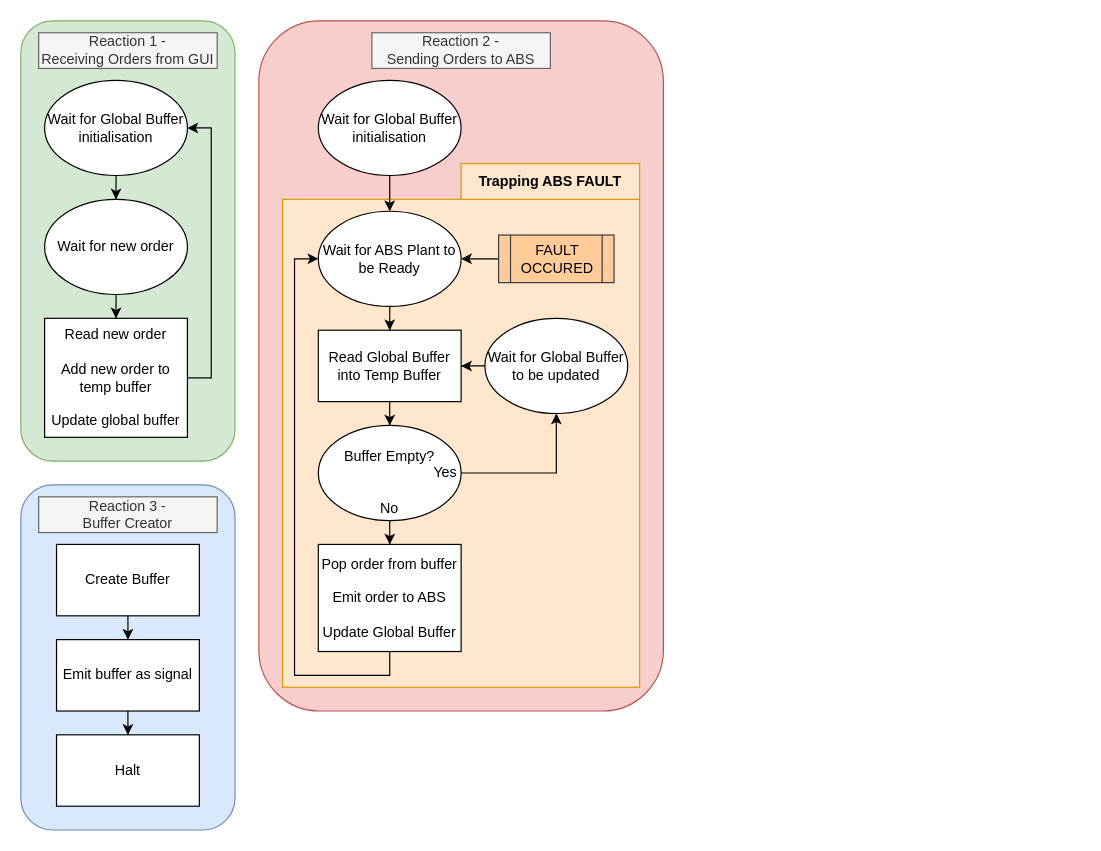
Before: page "State Machine Diagram" (1 of 2) of Beck_IRP/Diagrams/POS Diagram.drawio in BeckBusch/CS704-Project-1, a draw.io diagram. Source tidied: cells renumbered, new cells numbered last; positions are measured from the earlier drawing's top-left corner, leaving out a move shared by most shapes. Both pictures are drawn from the tidied source at 119%, with x=0, y=0 at pixel (20, 20).
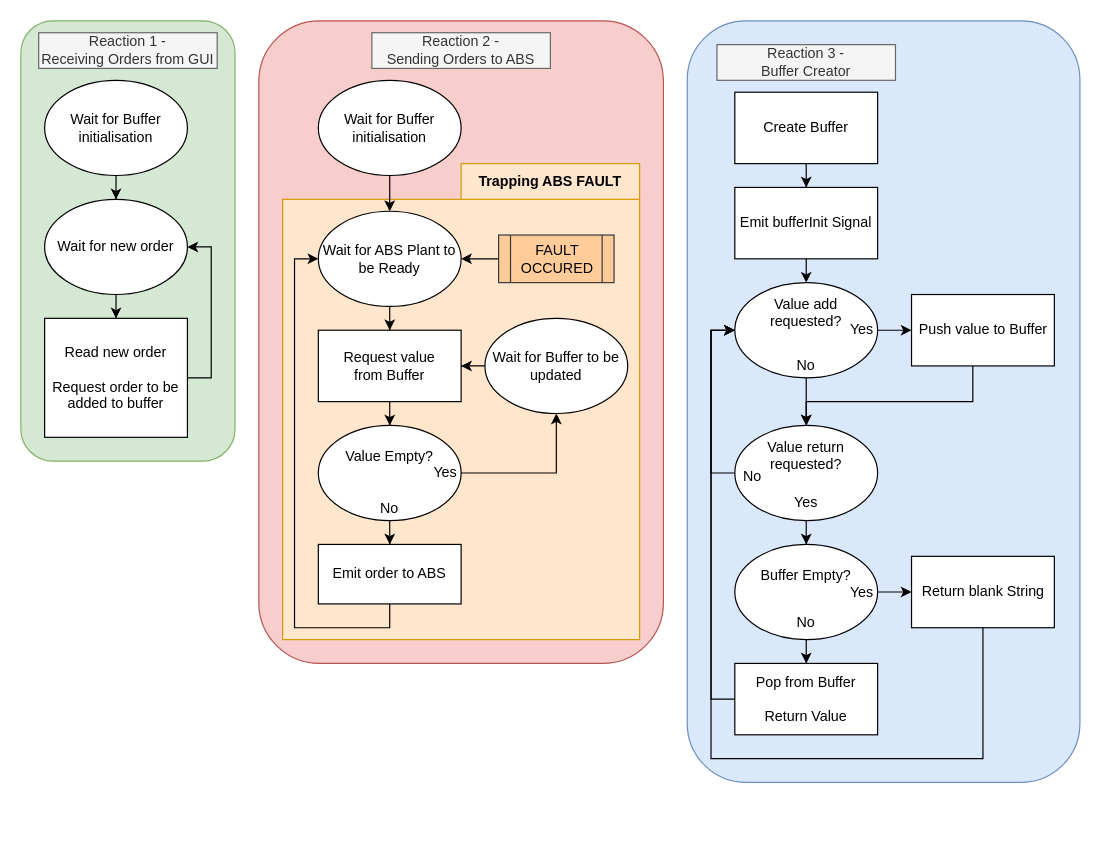
Above is the later version.

Unchanged cells that the change refers to:
```xml
<mxCell id="2" style="group;" parent="1" vertex="1">
  <mxGeometry x="200" width="340" height="660" as="geometry" />
</mxCell>
<mxCell id="7" value="Wait for ABS Plant to be Ready" style="ellipse;whiteSpace=wrap;html=1;" parent="2" vertex="1">
  <mxGeometry x="50" y="160" width="120" height="80" as="geometry" />
</mxCell>
<mxCell id="32" style="group;" parent="1" vertex="1">
  <mxGeometry width="180" height="370" as="geometry" />
</mxCell>
<mxCell id="35" value="Wait for new order" style="ellipse;whiteSpace=wrap;html=1;" parent="32" vertex="1">
  <mxGeometry x="20" y="150" width="120" height="80" as="geometry" />
</mxCell>
```

Change to the diagram source:
```diff
@@
     <mxCell id="3" style="rounded=1;whiteSpace=wrap;html=1;fillColor=#f8cecc;strokeColor=#b85450;" parent="2" vertex="1">
-      <mxGeometry width="340" height="580" as="geometry" />
+      <mxGeometry width="340" height="540" as="geometry" />
     </mxCell>
@@
     <mxCell id="5" style="rounded=0;whiteSpace=wrap;html=1;fillColor=#ffe6cc;strokeColor=#d79b00;" parent="2" vertex="1">
-      <mxGeometry x="20" y="150" width="300" height="410" as="geometry" />
+      <mxGeometry x="20" y="150" width="300" height="370" as="geometry" />
     </mxCell>
-    <mxCell id="6" value="Wait for Global Buffer initialisation" style="ellipse;whiteSpace=wrap;html=1;" parent="2" vertex="1">
+    <mxCell id="6" value="Wait for Buffer initialisation" style="ellipse;whiteSpace=wrap;html=1;" parent="2" vertex="1">
       <mxGeometry x="50" y="50" width="120" height="80" as="geometry" />
     </mxCell>
@@
-    <mxCell id="9" value="Read Global Buffer into Temp Buffer" style="rounded=0;whiteSpace=wrap;html=1;" parent="2" vertex="1">
+    <mxCell id="9" value="Request value&lt;br&gt;from Buffer" style="rounded=0;whiteSpace=wrap;html=1;" parent="2" vertex="1">
       <mxGeometry x="50" y="260" width="120" height="60" as="geometry" />
     </mxCell>
@@
-    <mxCell id="11" value="Buffer Empty?&lt;br&gt;&lt;br&gt;&amp;nbsp;" style="ellipse;whiteSpace=wrap;html=1;" parent="2" vertex="1">
+    <mxCell id="11" value="Value Empty?&lt;br&gt;&lt;br&gt;&amp;nbsp;" style="ellipse;whiteSpace=wrap;html=1;" parent="2" vertex="1">
       <mxGeometry x="50" y="340" width="120" height="80" as="geometry" />
     </mxCell>
@@
-    <mxCell id="15" value="Wait for Global Buffer to be updated" style="ellipse;whiteSpace=wrap;html=1;" parent="2" vertex="1">
+    <mxCell id="15" value="Wait for Buffer to be updated" style="ellipse;whiteSpace=wrap;html=1;" parent="2" vertex="1">
       <mxGeometry x="190" y="250" width="120" height="80" as="geometry" />
     </mxCell>
@@
-    <mxCell id="17" value="Pop order from buffer&lt;br&gt;&lt;br&gt;Emit order to ABS&lt;br&gt;&lt;br&gt;Update Global Buffer" style="rounded=0;whiteSpace=wrap;html=1;" parent="2" vertex="1">
-      <mxGeometry x="50" y="440" width="120" height="90" as="geometry" />
+    <mxCell id="17" value="Emit order to ABS" style="rounded=0;whiteSpace=wrap;html=1;" parent="2" vertex="1">
+      <mxGeometry x="50" y="440" width="120" height="50" as="geometry" />
     </mxCell>
@@
     <mxCell id="20" style="edgeStyle=orthogonalEdgeStyle;rounded=0;jettySize=auto;html=1;entryX=0;entryY=0.5;entryDx=0;entryDy=0;" parent="2" edge="1" source="17" target="7">
       <mxGeometry relative="1" as="geometry">
         <Array as="points">
-          <mxPoint x="110" y="550" />
-          <mxPoint x="30" y="550" />
+          <mxPoint x="110" y="510" />
+          <mxPoint x="30" y="510" />
           <mxPoint x="30" y="200" />
         </Array>
       </mxGeometry>
     </mxCell>
@@
-    <mxCell id="24" style="group;" parent="1" vertex="1">
-      <mxGeometry y="390" width="180" height="290" as="geometry" />
-    </mxCell>
-    <mxCell id="25" style="rounded=1;whiteSpace=wrap;html=1;fillColor=#dae8fc;strokeColor=#6c8ebf;" parent="24" vertex="1">
-      <mxGeometry width="180" height="290" as="geometry" />
-    </mxCell>
-    <mxCell id="26" value="Create Buffer" style="rounded=0;whiteSpace=wrap;html=1;" parent="24" vertex="1">
-      <mxGeometry x="30" y="50" width="120" height="60" as="geometry" />
-    </mxCell>
-    <mxCell id="27" value="Emit buffer as signal" style="rounded=0;whiteSpace=wrap;html=1;" parent="24" vertex="1">
-      <mxGeometry x="30" y="130" width="120" height="60" as="geometry" />
-    </mxCell>
-    <mxCell id="28" style="edgeStyle=orthogonalEdgeStyle;rounded=0;jettySize=auto;html=1;" parent="24" edge="1" source="26" target="27">
-      <mxGeometry relative="1" as="geometry" />
-    </mxCell>
-    <mxCell id="29" value="Halt" style="rounded=0;whiteSpace=wrap;html=1;" parent="24" vertex="1">
-      <mxGeometry x="30" y="210" width="120" height="60" as="geometry" />
-    </mxCell>
-    <mxCell id="30" style="edgeStyle=orthogonalEdgeStyle;rounded=0;jettySize=auto;html=1;" parent="24" edge="1" source="27" target="29">
-      <mxGeometry relative="1" as="geometry" />
-    </mxCell>
-    <mxCell id="31" value="Reaction 3 -&lt;br&gt;Buffer Creator" style="text;html=1;strokeColor=#666666;fillColor=#f5f5f5;align=center;verticalAlign=middle;whiteSpace=wrap;rounded=0;fontColor=#333333;" parent="24" vertex="1">
-      <mxGeometry x="15" y="10" width="150" height="30" as="geometry" />
-    </mxCell>
@@
-    <mxCell id="34" value="Wait for Global Buffer initialisation" style="ellipse;whiteSpace=wrap;html=1;" parent="32" vertex="1">
+    <mxCell id="34" value="Wait for Buffer initialisation" style="ellipse;whiteSpace=wrap;html=1;" parent="32" vertex="1">
       <mxGeometry x="20" y="50" width="120" height="80" as="geometry" />
     </mxCell>
@@
-    <mxCell id="37" style="edgeStyle=orthogonalEdgeStyle;rounded=0;jettySize=auto;html=1;entryX=1;entryY=0.5;entryDx=0;entryDy=0;" parent="32" edge="1" source="38" target="34">
+    <mxCell id="37" style="edgeStyle=orthogonalEdgeStyle;rounded=0;jettySize=auto;html=1;" parent="32" edge="1" source="38" target="35">
       <mxGeometry relative="1" as="geometry">
         <Array as="points">
           <mxPoint x="160" y="300" />
-          <mxPoint x="160" y="90" />
+          <mxPoint x="160" y="190" />
         </Array>
       </mxGeometry>
     </mxCell>
-    <mxCell id="38" value="Read new order&lt;br&gt;&lt;br&gt;Add new order to temp buffer&lt;br&gt;&lt;br&gt;Update global buffer" style="rounded=0;whiteSpace=wrap;html=1;" parent="32" vertex="1">
+    <mxCell id="38" value="Read new order&lt;br&gt;&lt;br&gt;Request order to be added to buffer&lt;br&gt;" style="rounded=0;whiteSpace=wrap;html=1;" parent="32" vertex="1">
       <mxGeometry x="20" y="250" width="120" height="100" as="geometry" />
     </mxCell>
@@
+    <mxCell id="41" style="group;" parent="1" vertex="1">
+      <mxGeometry x="560" width="330" height="640" as="geometry" />
+    </mxCell>
+    <mxCell id="25" style="rounded=1;whiteSpace=wrap;html=1;fillColor=#dae8fc;strokeColor=#6c8ebf;" parent="41" vertex="1">
+      <mxGeometry width="330" height="640" as="geometry" />
+    </mxCell>
+    <mxCell id="26" value="Create Buffer" style="rounded=0;whiteSpace=wrap;html=1;" parent="41" vertex="1">
+      <mxGeometry x="40" y="60" width="120" height="60" as="geometry" />
+    </mxCell>
+    <mxCell id="27" value="Emit bufferInit Signal" style="rounded=0;whiteSpace=wrap;html=1;" parent="41" vertex="1">
+      <mxGeometry x="40" y="140" width="120" height="60" as="geometry" />
+    </mxCell>
+    <mxCell id="28" style="edgeStyle=orthogonalEdgeStyle;rounded=0;jettySize=auto;html=1;" parent="41" edge="1" source="26" target="27">
+      <mxGeometry relative="1" as="geometry" />
+    </mxCell>
+    <mxCell id="30" style="edgeStyle=orthogonalEdgeStyle;rounded=0;jettySize=auto;html=1;" parent="41" edge="1" source="27">
+      <mxGeometry relative="1" as="geometry">
+        <mxPoint x="100" y="220" as="targetPoint" />
+      </mxGeometry>
+    </mxCell>
+    <mxCell id="31" value="Reaction 3 -&lt;br&gt;Buffer Creator" style="text;html=1;strokeColor=#666666;fillColor=#f5f5f5;align=center;verticalAlign=middle;whiteSpace=wrap;rounded=0;fontColor=#333333;" parent="41" vertex="1">
+      <mxGeometry x="25" y="20" width="150" height="30" as="geometry" />
+    </mxCell>
+    <mxCell id="42" style="group;" parent="41" vertex="1">
+      <mxGeometry x="40" y="340" width="137" height="85" as="geometry" />
+    </mxCell>
+    <mxCell id="43" value="Value return requested?&lt;br&gt;&lt;br&gt;&amp;nbsp;" style="ellipse;whiteSpace=wrap;html=1;" parent="42" vertex="1">
+      <mxGeometry width="120" height="80" as="geometry" />
+    </mxCell>
+    <mxCell id="44" value="Yes" style="text;html=1;strokeColor=none;fillColor=none;align=center;verticalAlign=middle;whiteSpace=wrap;rounded=0;" parent="42" vertex="1">
+      <mxGeometry x="30" y="50" width="60" height="30" as="geometry" />
+    </mxCell>
+    <mxCell id="45" style="group;" parent="41" vertex="1">
+      <mxGeometry x="40" y="220" width="137" height="85" as="geometry" />
+    </mxCell>
+    <mxCell id="46" value="Value add &lt;br&gt;requested?&lt;br&gt;&lt;br&gt;&amp;nbsp;" style="ellipse;whiteSpace=wrap;html=1;" parent="45" vertex="1">
+      <mxGeometry width="120" height="80" as="geometry" />
+    </mxCell>
+    <mxCell id="47" value="Yes" style="text;html=1;strokeColor=none;fillColor=none;align=center;verticalAlign=middle;whiteSpace=wrap;rounded=0;" parent="45" vertex="1">
+      <mxGeometry x="77" y="25" width="60" height="30" as="geometry" />
+    </mxCell>
+    <mxCell id="48" value="No" style="text;html=1;strokeColor=none;fillColor=none;align=center;verticalAlign=middle;whiteSpace=wrap;rounded=0;" parent="45" vertex="1">
+      <mxGeometry x="30" y="55" width="60" height="30" as="geometry" />
+    </mxCell>
+    <mxCell id="49" style="edgeStyle=orthogonalEdgeStyle;rounded=0;jettySize=auto;html=1;" parent="41" edge="1" source="50" target="43">
+      <mxGeometry relative="1" as="geometry">
+        <Array as="points">
+          <mxPoint x="240" y="320" />
+          <mxPoint x="100" y="320" />
+        </Array>
+      </mxGeometry>
+    </mxCell>
+    <mxCell id="50" value="Push value to Buffer" style="rounded=0;whiteSpace=wrap;html=1;" parent="41" vertex="1">
+      <mxGeometry x="188.5" y="230" width="120" height="60" as="geometry" />
+    </mxCell>
+    <mxCell id="51" style="edgeStyle=orthogonalEdgeStyle;rounded=0;jettySize=auto;html=1;" parent="41" edge="1" source="46" target="50">
+      <mxGeometry relative="1" as="geometry" />
+    </mxCell>
+    <mxCell id="52" style="group;" parent="41" vertex="1">
+      <mxGeometry x="40" y="440" width="137" height="85" as="geometry" />
+    </mxCell>
+    <mxCell id="53" value="Buffer Empty?&lt;br&gt;&lt;br&gt;&amp;nbsp;" style="ellipse;whiteSpace=wrap;html=1;" parent="52" vertex="1">
+      <mxGeometry width="120" height="80" as="geometry" />
+    </mxCell>
+    <mxCell id="54" value="No" style="text;html=1;strokeColor=none;fillColor=none;align=center;verticalAlign=middle;whiteSpace=wrap;rounded=0;" parent="52" vertex="1">
+      <mxGeometry x="-15" y="-72" width="60" height="30" as="geometry" />
+    </mxCell>
+    <mxCell id="55" value="Yes" style="text;html=1;strokeColor=none;fillColor=none;align=center;verticalAlign=middle;whiteSpace=wrap;rounded=0;" parent="52" vertex="1">
+      <mxGeometry x="77" y="25.5" width="60" height="30" as="geometry" />
+    </mxCell>
+    <mxCell id="56" value="No" style="text;html=1;strokeColor=none;fillColor=none;align=center;verticalAlign=middle;whiteSpace=wrap;rounded=0;" parent="52" vertex="1">
+      <mxGeometry x="30" y="50.5" width="60" height="30" as="geometry" />
+    </mxCell>
+    <mxCell id="57" style="edgeStyle=orthogonalEdgeStyle;rounded=0;jettySize=auto;html=1;" parent="41" edge="1" source="44" target="53">
+      <mxGeometry relative="1" as="geometry" />
+    </mxCell>
+    <mxCell id="58" style="edgeStyle=orthogonalEdgeStyle;rounded=0;jettySize=auto;html=1;" parent="41" edge="1" source="46" target="43">
+      <mxGeometry relative="1" as="geometry" />
+    </mxCell>
+    <mxCell id="59" style="edgeStyle=orthogonalEdgeStyle;rounded=0;jettySize=auto;html=1;entryX=0;entryY=0.5;entryDx=0;entryDy=0;" parent="41" edge="1" source="43" target="46">
+      <mxGeometry relative="1" as="geometry">
+        <Array as="points">
+          <mxPoint x="20" y="380" />
+          <mxPoint x="20" y="260" />
+        </Array>
+      </mxGeometry>
+    </mxCell>
+    <mxCell id="60" style="edgeStyle=orthogonalEdgeStyle;rounded=0;jettySize=auto;html=1;exitX=0.5;exitY=1;exitDx=0;exitDy=0;entryX=0;entryY=0.5;entryDx=0;entryDy=0;" parent="41" edge="1" source="61" target="46">
+      <mxGeometry relative="1" as="geometry">
+        <Array as="points">
+          <mxPoint x="249" y="620" />
+          <mxPoint x="20" y="620" />
+          <mxPoint x="20" y="260" />
+        </Array>
+      </mxGeometry>
+    </mxCell>
+    <mxCell id="61" value="Return blank String" style="rounded=0;whiteSpace=wrap;html=1;" parent="41" vertex="1">
+      <mxGeometry x="188.5" y="450" width="120" height="60" as="geometry" />
+    </mxCell>
+    <mxCell id="62" style="edgeStyle=orthogonalEdgeStyle;rounded=0;jettySize=auto;html=1;" parent="41" edge="1" source="53" target="61">
+      <mxGeometry relative="1" as="geometry" />
+    </mxCell>
+    <mxCell id="63" style="edgeStyle=orthogonalEdgeStyle;rounded=0;jettySize=auto;html=1;entryX=0;entryY=0.5;entryDx=0;entryDy=0;" parent="41" edge="1" source="64" target="46">
+      <mxGeometry relative="1" as="geometry">
+        <Array as="points">
+          <mxPoint x="20" y="570" />
+          <mxPoint x="20" y="260" />
+        </Array>
+      </mxGeometry>
+    </mxCell>
+    <mxCell id="64" value="Pop from Buffer&lt;br&gt;&lt;br&gt;Return Value" style="rounded=0;whiteSpace=wrap;html=1;" parent="41" vertex="1">
+      <mxGeometry x="40" y="540" width="120" height="60" as="geometry" />
+    </mxCell>
+    <mxCell id="65" style="edgeStyle=orthogonalEdgeStyle;rounded=0;jettySize=auto;html=1;" parent="41" edge="1" source="53" target="64">
+      <mxGeometry relative="1" as="geometry" />
+    </mxCell>
```
